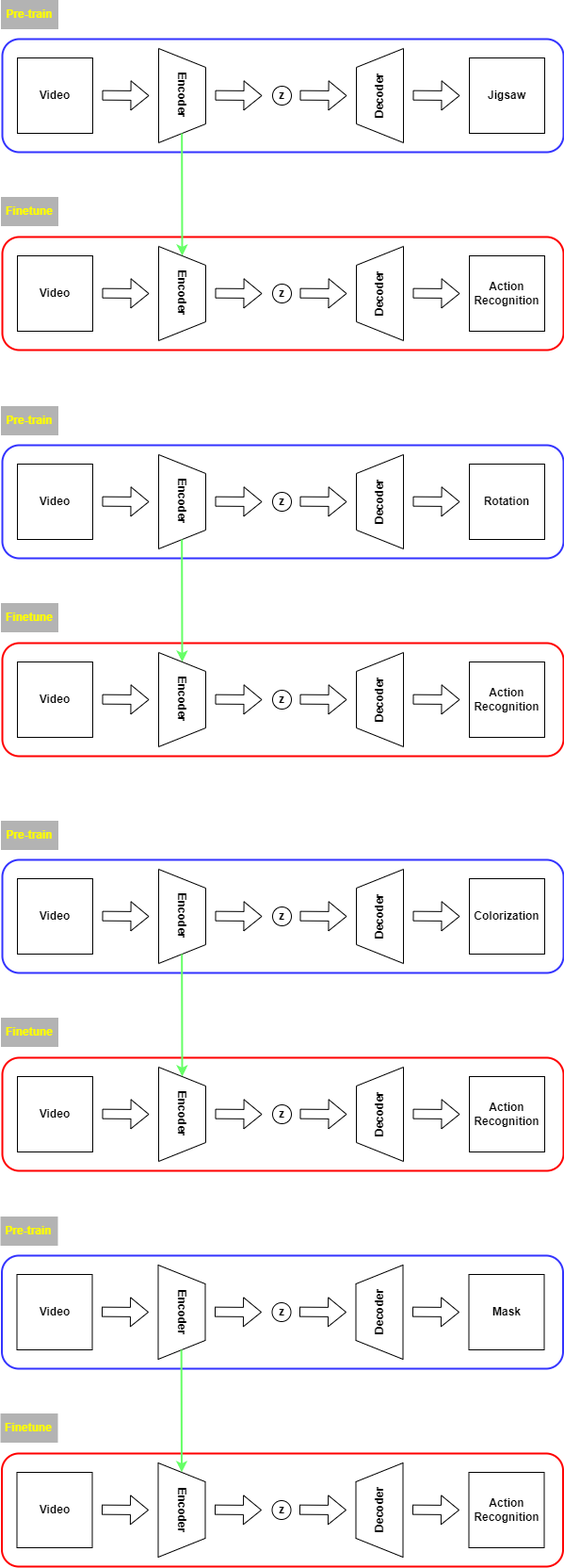
Earlier version of the draw.io export explain using only draw.png (Kyoungrae-Noh/Self-Supervised-Learning). Source tidied: cells renumbered, new cells last; positions are measured from the earlier drawing's top-left corner, leaving out a move shared by most shapes.
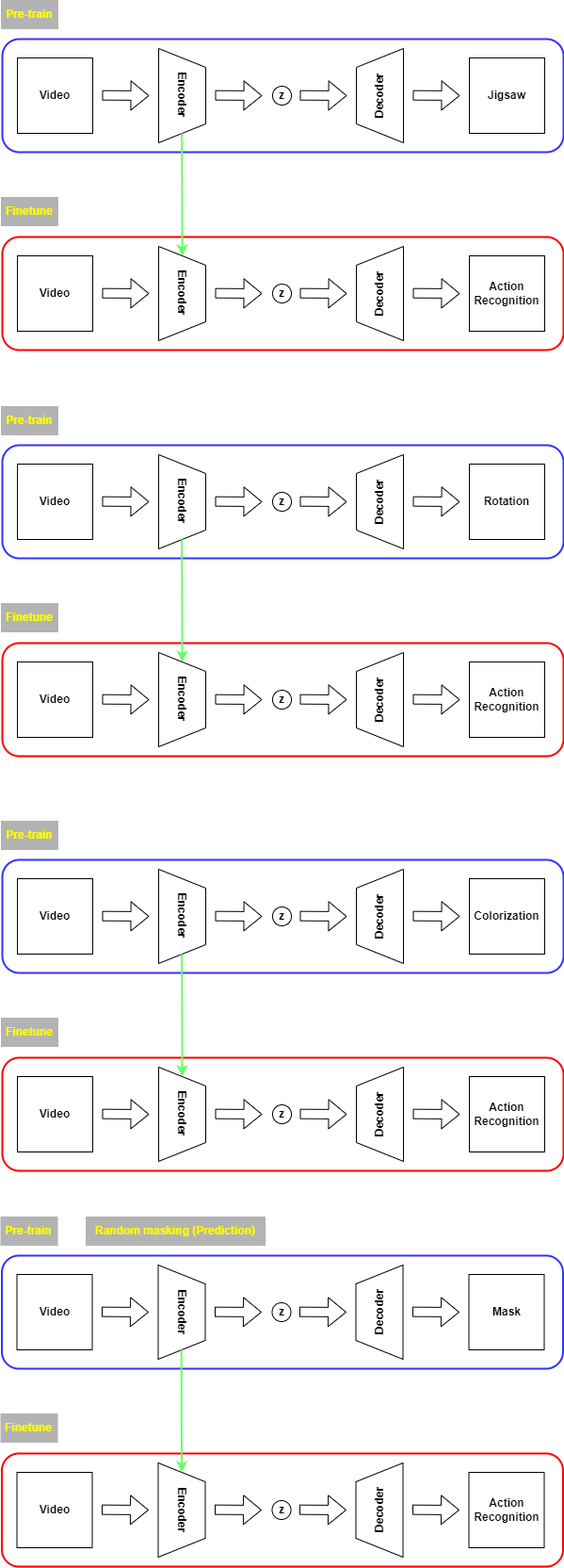
After the commit.

Diff of the diagram source:
```diff
@@ -382,5 +382,8 @@
         <mxPoint x="191.2" y="1432" as="sourcePoint" />
       </mxGeometry>
     </mxCell>
+    <mxCell id="94" value="&lt;font color=&quot;#ffff00&quot;&gt;&lt;b&gt;Random masking (Prediction)&lt;/b&gt;&lt;/font&gt;" style="rounded=0;whiteSpace=wrap;html=1;fillColor=#B3B3B3;strokeColor=#B3B3B3;" parent="1" vertex="1">
+      <mxGeometry x="90" y="1291" width="190" height="30" as="geometry" />
+    </mxCell>
   </root>
 </mxGraphModel>
```
